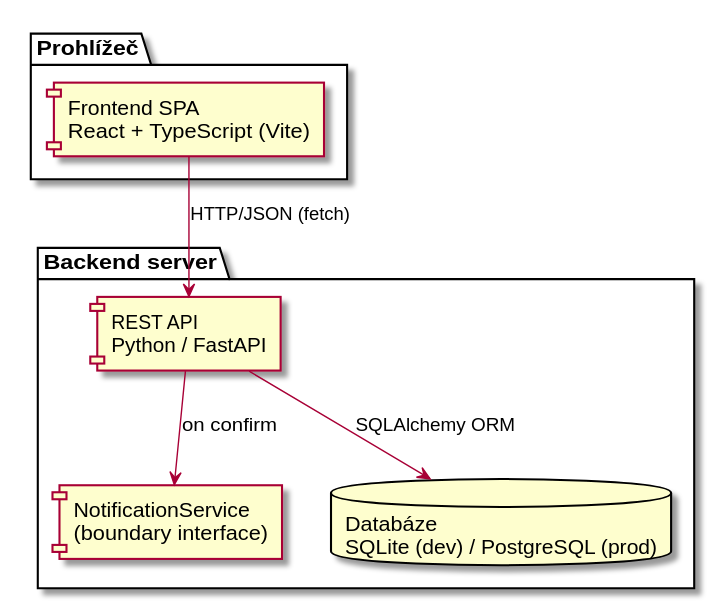
Above: docs/diagrams/container.svg in DavidMagyarics/CarRentalVSB (PlantUML), before the change.
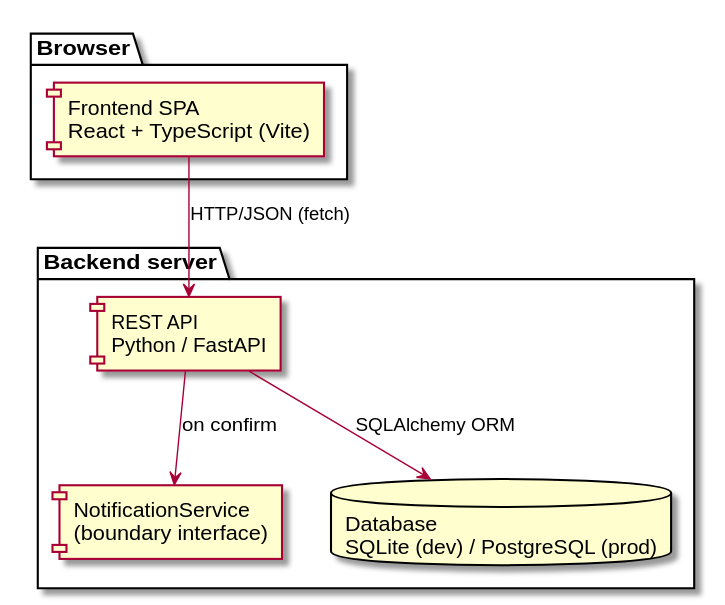
The same diagram one commit later.

Diff of the diagram source:
```diff
@@ -1,14 +1,14 @@
 @startuml container
 skinparam backgroundColor white
 
-package "Prohlížeč" {
+package "Browser" {
   component "Frontend SPA\nReact + TypeScript (Vite)" as spa
 }
 
 package "Backend server" {
   component "REST API\nPython / FastAPI" as api
   component "NotificationService\n(boundary interface)" as notif
-  database "Databáze\nSQLite (dev) / PostgreSQL (prod)" as db
+  database "Database\nSQLite (dev) / PostgreSQL (prod)" as db
 }
 
 spa --> api : HTTP/JSON (fetch)
```
